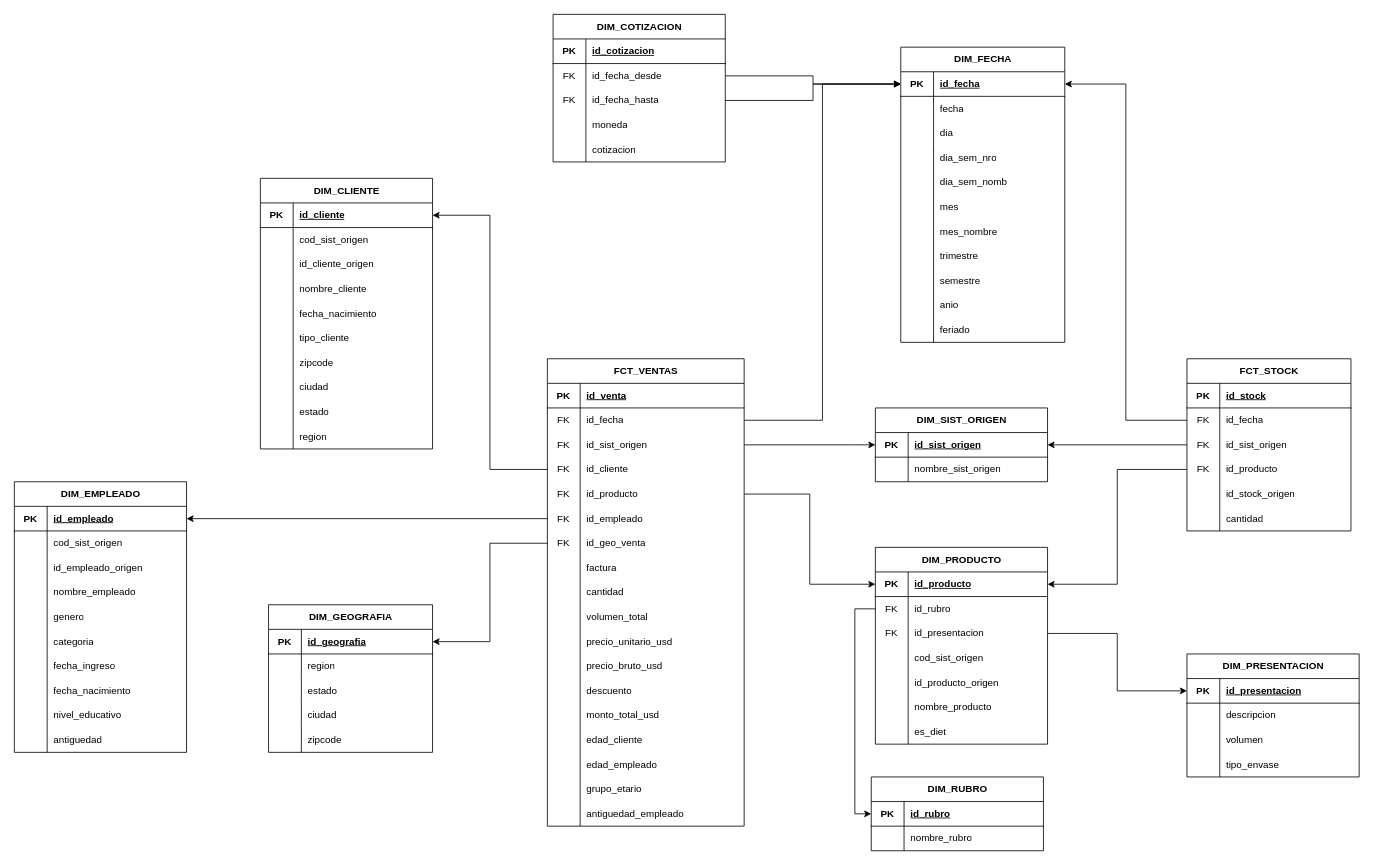
Before: TP/TP_BD2_estrella.drawio in Ftedp/BBDD2-TUIA, a draw.io diagram. Source tidied: cells renumbered, new cells numbered last; positions are measured from the earlier drawing's top-left corner, leaving out a move shared by most shapes. Both pictures are drawn from the tidied source at 82%, with x=0, y=0 at pixel (14, 14).
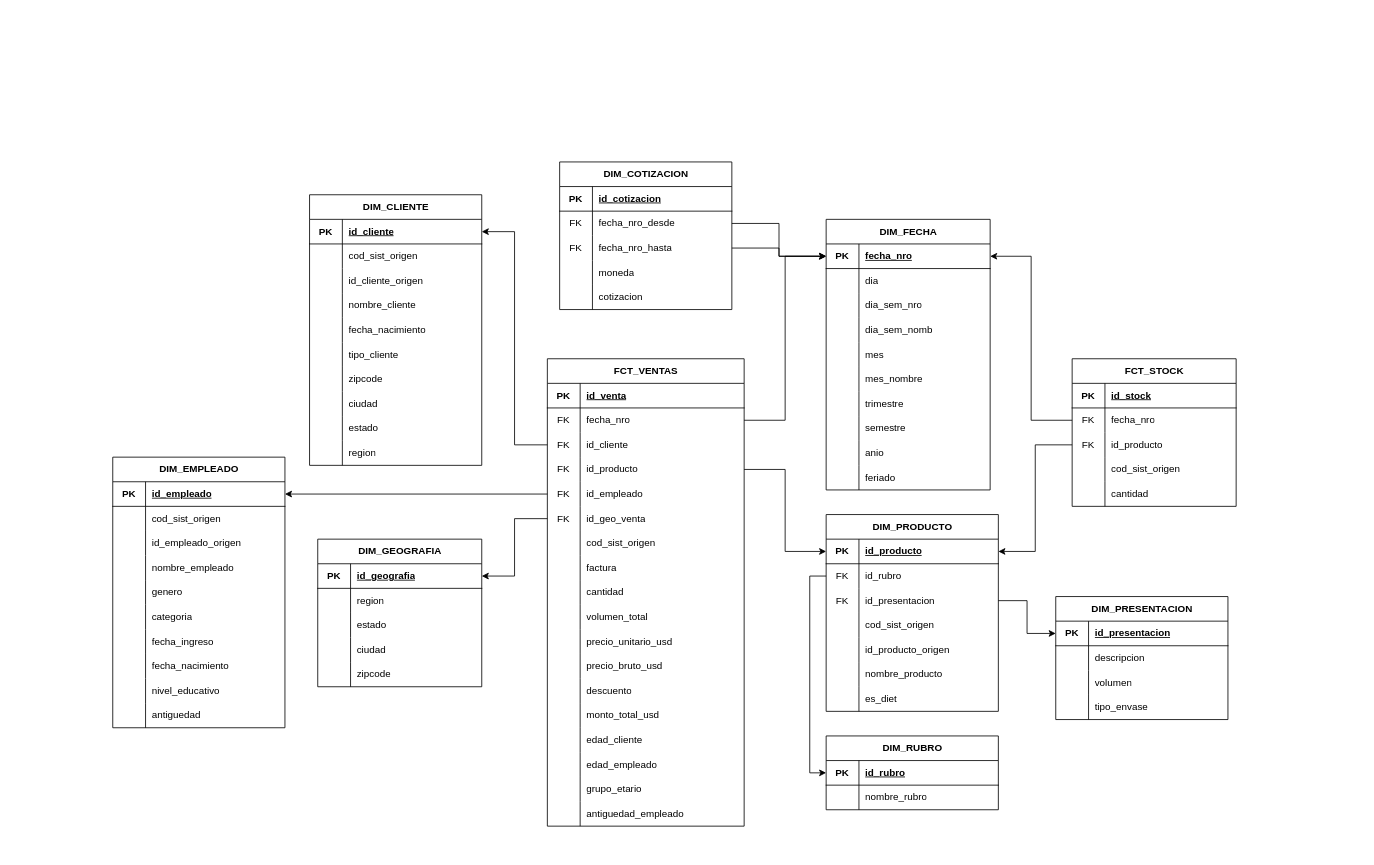
Above is the later version.

The change refers to these unchanged cells:
```xml
<mxCell id="3" style="shape=tableRow;horizontal=0;startSize=0;swimlaneHead=0;swimlaneBody=0;fillColor=none;points=[[0,0.5],[1,0.5]];portConstraint=eastwest;top=0;left=0;right=0;bottom=1;" parent="2" vertex="1">
  <mxGeometry y="30" width="200" height="30" as="geometry" />
</mxCell>
<mxCell id="136" value="FCT_VENTAS" style="shape=table;startSize=30;childLayout=tableLayout;rowLines=0;fontStyle=1;align=center;html=1;" parent="1" vertex="1">
  <mxGeometry x="650" y="420" width="240" height="570" as="geometry" />
</mxCell>
<mxCell id="140" style="shape=tableRow;horizontal=0;startSize=0;swimlaneHead=0;swimlaneBody=0;fillColor=none;points=[[0,0.5],[1,0.5]];portConstraint=eastwest;top=0;left=0;right=0;bottom=0;" parent="136" vertex="1">
  <mxGeometry y="60" width="240" height="30" as="geometry" />
</mxCell>
<mxCell id="195" style="shape=tableRow;horizontal=0;startSize=0;swimlaneHead=0;swimlaneBody=0;fillColor=none;points=[[0,0.5],[1,0.5]];portConstraint=eastwest;top=0;left=0;right=0;bottom=0;" parent="191" vertex="1">
  <mxGeometry y="60" width="200" height="30" as="geometry" />
</mxCell>
<mxCell id="230" style="shape=tableRow;horizontal=0;startSize=0;swimlaneHead=0;swimlaneBody=0;fillColor=none;points=[[0,0.5],[1,0.5]];portConstraint=eastwest;top=0;left=0;right=0;bottom=0;" parent="226" vertex="1">
  <mxGeometry y="60" width="210" height="30" as="geometry" />
</mxCell>
<mxCell id="233" style="shape=tableRow;horizontal=0;startSize=0;swimlaneHead=0;swimlaneBody=0;fillColor=none;points=[[0,0.5],[1,0.5]];portConstraint=eastwest;top=0;left=0;right=0;bottom=0;" parent="226" vertex="1">
  <mxGeometry y="90" width="210" height="30" as="geometry" />
</mxCell>
```

Diff of the diagram source:
```diff
@@
     <mxCell id="2" value="DIM_FECHA" style="shape=table;startSize=30;childLayout=tableLayout;rowLines=0;fontStyle=1;align=center;html=1;" parent="1" vertex="1">
-      <mxGeometry x="1081" y="40" width="200" height="360" as="geometry" />
+      <mxGeometry x="990" y="250" width="200" height="330" as="geometry" />
     </mxCell>
@@
-    <mxCell id="5" value="id_fecha" style="shape=partialRectangle;fillColor=none;top=0;left=0;bottom=0;right=0;align=left;spacingLeft=6;fontStyle=5;overflow=hidden;whiteSpace=wrap;html=1;" parent="3" vertex="1">
+    <mxCell id="5" value="fecha_nro" style="shape=partialRectangle;fillColor=none;top=0;left=0;bottom=0;right=0;align=left;spacingLeft=6;fontStyle=5;overflow=hidden;whiteSpace=wrap;html=1;" parent="3" vertex="1">
       <mxGeometry x="40" width="160" height="30" as="geometry" />
     </mxCell>
-    <mxCell id="6" style="shape=tableRow;horizontal=0;startSize=0;swimlaneHead=0;swimlaneBody=0;fillColor=none;top=0;left=0;right=0;bottom=0;" parent="2" vertex="1">
-      <mxGeometry y="60" width="200" height="30" as="geometry" />
-    </mxCell>
-    <mxCell id="7" style="shape=partialRectangle;fillColor=none;top=0;left=0;bottom=0;right=0;overflow=hidden;whiteSpace=wrap;html=1;" parent="6" vertex="1">
-      <mxGeometry width="40" height="30" as="geometry" />
-    </mxCell>
-    <mxCell id="8" value="fecha" style="shape=partialRectangle;fillColor=none;top=0;left=0;bottom=0;right=0;align=left;spacingLeft=6;overflow=hidden;whiteSpace=wrap;html=1;" parent="6" vertex="1">
-      <mxGeometry x="40" width="160" height="30" as="geometry" />
-    </mxCell>
     <mxCell id="9" style="shape=tableRow;horizontal=0;startSize=0;swimlaneHead=0;swimlaneBody=0;fillColor=none;top=0;left=0;right=0;bottom=0;" parent="2" vertex="1">
-      <mxGeometry y="90" width="200" height="30" as="geometry" />
+      <mxGeometry y="60" width="200" height="30" as="geometry" />
     </mxCell>
@@
     <mxCell id="12" style="shape=tableRow;horizontal=0;startSize=0;swimlaneHead=0;swimlaneBody=0;fillColor=none;top=0;left=0;right=0;bottom=0;" parent="2" vertex="1">
-      <mxGeometry y="120" width="200" height="30" as="geometry" />
+      <mxGeometry y="90" width="200" height="30" as="geometry" />
     </mxCell>
@@
     <mxCell id="15" style="shape=tableRow;horizontal=0;startSize=0;swimlaneHead=0;swimlaneBody=0;fillColor=none;top=0;left=0;right=0;bottom=0;" parent="2" vertex="1">
-      <mxGeometry y="150" width="200" height="30" as="geometry" />
+      <mxGeometry y="120" width="200" height="30" as="geometry" />
     </mxCell>
@@
     <mxCell id="18" style="shape=tableRow;horizontal=0;startSize=0;swimlaneHead=0;swimlaneBody=0;fillColor=none;top=0;left=0;right=0;bottom=0;" parent="2" vertex="1">
-      <mxGeometry y="180" width="200" height="30" as="geometry" />
+      <mxGeometry y="150" width="200" height="30" as="geometry" />
     </mxCell>
@@
     <mxCell id="21" style="shape=tableRow;horizontal=0;startSize=0;swimlaneHead=0;swimlaneBody=0;fillColor=none;top=0;left=0;right=0;bottom=0;" parent="2" vertex="1">
-      <mxGeometry y="210" width="200" height="30" as="geometry" />
+      <mxGeometry y="180" width="200" height="30" as="geometry" />
     </mxCell>
@@
     <mxCell id="24" style="shape=tableRow;horizontal=0;startSize=0;swimlaneHead=0;swimlaneBody=0;fillColor=none;top=0;left=0;right=0;bottom=0;" parent="2" vertex="1">
-      <mxGeometry y="240" width="200" height="30" as="geometry" />
+      <mxGeometry y="210" width="200" height="30" as="geometry" />
     </mxCell>
@@
     <mxCell id="27" style="shape=tableRow;horizontal=0;startSize=0;swimlaneHead=0;swimlaneBody=0;fillColor=none;top=0;left=0;right=0;bottom=0;" parent="2" vertex="1">
-      <mxGeometry y="270" width="200" height="30" as="geometry" />
+      <mxGeometry y="240" width="200" height="30" as="geometry" />
     </mxCell>
@@
     <mxCell id="30" style="shape=tableRow;horizontal=0;startSize=0;swimlaneHead=0;swimlaneBody=0;fillColor=none;top=0;left=0;right=0;bottom=0;" parent="2" vertex="1">
-      <mxGeometry y="300" width="200" height="30" as="geometry" />
+      <mxGeometry y="270" width="200" height="30" as="geometry" />
     </mxCell>
@@
     <mxCell id="33" style="shape=tableRow;horizontal=0;startSize=0;swimlaneHead=0;swimlaneBody=0;fillColor=none;top=0;left=0;right=0;bottom=0;" parent="2" vertex="1">
-      <mxGeometry y="330" width="200" height="30" as="geometry" />
+      <mxGeometry y="300" width="200" height="30" as="geometry" />
     </mxCell>
@@
     <mxCell id="36" value="DIM_CLIENTE" style="shape=table;startSize=30;childLayout=tableLayout;rowLines=0;fontStyle=1;align=center;html=1;" parent="1" vertex="1">
-      <mxGeometry x="300" y="200" width="210" height="330" as="geometry" />
+      <mxGeometry x="360" y="220" width="210" height="330" as="geometry" />
     </mxCell>
@@
     <mxCell id="67" value="DIM_GEOGRAFIA" style="shape=table;startSize=30;childLayout=tableLayout;rowLines=0;fontStyle=1;align=center;html=1;" parent="1" vertex="1">
-      <mxGeometry x="310" y="720" width="200" height="180" as="geometry" />
+      <mxGeometry x="370" y="640" width="200" height="180" as="geometry" />
     </mxCell>
@@
     <mxCell id="83" value="DIM_PRODUCTO" style="shape=table;startSize=30;childLayout=tableLayout;rowLines=0;fontStyle=1;align=center;html=1;" parent="1" vertex="1">
-      <mxGeometry x="1050" y="650" width="210" height="240" as="geometry" />
+      <mxGeometry x="990" y="610" width="210" height="240" as="geometry" />
     </mxCell>
@@
     <mxCell id="105" value="DIM_EMPLEADO" style="shape=table;startSize=30;childLayout=tableLayout;rowLines=0;fontStyle=1;align=center;html=1;" parent="1" vertex="1">
-      <mxGeometry y="570" width="210" height="330" as="geometry" />
+      <mxGeometry x="120" y="540" width="210" height="330" as="geometry" />
     </mxCell>
@@
-    <mxCell id="142" value="id_fecha" style="shape=partialRectangle;fillColor=none;top=0;left=0;bottom=0;right=0;align=left;spacingLeft=6;overflow=hidden;whiteSpace=wrap;html=1;" parent="140" vertex="1">
+    <mxCell id="142" value="fecha_nro" style="shape=partialRectangle;fillColor=none;top=0;left=0;bottom=0;right=0;align=left;spacingLeft=6;overflow=hidden;whiteSpace=wrap;html=1;" parent="140" vertex="1">
       <mxGeometry x="40" width="200" height="30" as="geometry" />
     </mxCell>
-    <mxCell id="143" style="shape=tableRow;horizontal=0;startSize=0;swimlaneHead=0;swimlaneBody=0;fillColor=none;points=[[0,0.5],[1,0.5]];portConstraint=eastwest;top=0;left=0;right=0;bottom=0;" parent="136" vertex="1">
-      <mxGeometry y="90" width="240" height="30" as="geometry" />
-    </mxCell>
-    <mxCell id="144" value="&lt;div&gt;FK&lt;/div&gt;" style="shape=partialRectangle;fillColor=none;top=0;left=0;bottom=0;right=0;overflow=hidden;whiteSpace=wrap;html=1;" parent="143" vertex="1">
-      <mxGeometry width="40" height="30" as="geometry" />
-    </mxCell>
-    <mxCell id="145" value="id_sist_origen" style="shape=partialRectangle;fillColor=none;top=0;left=0;bottom=0;right=0;align=left;spacingLeft=6;overflow=hidden;whiteSpace=wrap;html=1;" parent="143" vertex="1">
-      <mxGeometry x="40" width="200" height="30" as="geometry" />
-    </mxCell>
     <mxCell id="146" style="shape=tableRow;horizontal=0;startSize=0;swimlaneHead=0;swimlaneBody=0;fillColor=none;points=[[0,0.5],[1,0.5]];portConstraint=eastwest;top=0;left=0;right=0;bottom=0;" parent="136" vertex="1">
-      <mxGeometry y="120" width="240" height="30" as="geometry" />
+      <mxGeometry y="90" width="240" height="30" as="geometry" />
     </mxCell>
@@
     <mxCell id="149" style="shape=tableRow;horizontal=0;startSize=0;swimlaneHead=0;swimlaneBody=0;fillColor=none;points=[[0,0.5],[1,0.5]];portConstraint=eastwest;top=0;left=0;right=0;bottom=0;" parent="136" vertex="1">
-      <mxGeometry y="150" width="240" height="30" as="geometry" />
+      <mxGeometry y="120" width="240" height="30" as="geometry" />
     </mxCell>
@@
     <mxCell id="152" style="shape=tableRow;horizontal=0;startSize=0;swimlaneHead=0;swimlaneBody=0;fillColor=none;points=[[0,0.5],[1,0.5]];portConstraint=eastwest;top=0;left=0;right=0;bottom=0;" parent="136" vertex="1">
-      <mxGeometry y="180" width="240" height="30" as="geometry" />
+      <mxGeometry y="150" width="240" height="30" as="geometry" />
     </mxCell>
@@
     <mxCell id="155" style="shape=tableRow;horizontal=0;startSize=0;swimlaneHead=0;swimlaneBody=0;fillColor=none;points=[[0,0.5],[1,0.5]];portConstraint=eastwest;top=0;left=0;right=0;bottom=0;" parent="136" vertex="1">
-      <mxGeometry y="210" width="240" height="30" as="geometry" />
+      <mxGeometry y="180" width="240" height="30" as="geometry" />
     </mxCell>
@@
     <mxCell id="158" style="shape=tableRow;horizontal=0;startSize=0;swimlaneHead=0;swimlaneBody=0;fillColor=none;top=0;left=0;right=0;bottom=0;" parent="136" vertex="1">
-      <mxGeometry y="240" width="240" height="30" as="geometry" />
+      <mxGeometry y="210" width="240" height="30" as="geometry" />
     </mxCell>
@@
-    <mxCell id="160" value="factura" style="shape=partialRectangle;fillColor=none;top=0;left=0;bottom=0;right=0;align=left;spacingLeft=6;overflow=hidden;whiteSpace=wrap;html=1;" parent="158" vertex="1">
+    <mxCell id="160" value="cod_sist_origen" style="shape=partialRectangle;fillColor=none;top=0;left=0;bottom=0;right=0;align=left;spacingLeft=6;overflow=hidden;whiteSpace=wrap;html=1;" parent="158" vertex="1">
       <mxGeometry x="40" width="200" height="30" as="geometry" />
     </mxCell>
+    <mxCell id="266" style="shape=tableRow;horizontal=0;startSize=0;swimlaneHead=0;swimlaneBody=0;fillColor=none;top=0;left=0;right=0;bottom=0;" parent="136" vertex="1">
+      <mxGeometry y="240" width="240" height="30" as="geometry" />
+    </mxCell>
+    <mxCell id="267" style="shape=partialRectangle;fillColor=none;top=0;left=0;bottom=0;right=0;overflow=hidden;whiteSpace=wrap;html=1;" parent="266" vertex="1">
+      <mxGeometry width="40" height="30" as="geometry" />
+    </mxCell>
+    <mxCell id="268" value="factura" style="shape=partialRectangle;fillColor=none;top=0;left=0;bottom=0;right=0;align=left;spacingLeft=6;overflow=hidden;whiteSpace=wrap;html=1;" parent="266" vertex="1">
+      <mxGeometry x="40" width="200" height="30" as="geometry" />
+    </mxCell>
@@
     <mxCell id="191" value="FCT_STOCK" style="shape=table;startSize=30;childLayout=tableLayout;rowLines=0;fontStyle=1;align=center;html=1;" parent="1" vertex="1">
-      <mxGeometry x="1430" y="420" width="200" height="210" as="geometry" />
+      <mxGeometry x="1290" y="420" width="200" height="180" as="geometry" />
     </mxCell>
@@
-    <mxCell id="197" value="id_fecha" style="shape=partialRectangle;fillColor=none;top=0;left=0;bottom=0;right=0;align=left;spacingLeft=6;overflow=hidden;whiteSpace=wrap;html=1;" parent="195" vertex="1">
+    <mxCell id="197" value="fecha_nro" style="shape=partialRectangle;fillColor=none;top=0;left=0;bottom=0;right=0;align=left;spacingLeft=6;overflow=hidden;whiteSpace=wrap;html=1;" parent="195" vertex="1">
       <mxGeometry x="40" width="160" height="30" as="geometry" />
     </mxCell>
-    <mxCell id="198" style="shape=tableRow;horizontal=0;startSize=0;swimlaneHead=0;swimlaneBody=0;fillColor=none;points=[[0,0.5],[1,0.5]];portConstraint=eastwest;top=0;left=0;right=0;bottom=0;" parent="191" vertex="1">
-      <mxGeometry y="90" width="200" height="30" as="geometry" />
-    </mxCell>
-    <mxCell id="199" value="FK" style="shape=partialRectangle;fillColor=none;top=0;left=0;bottom=0;right=0;overflow=hidden;whiteSpace=wrap;html=1;" parent="198" vertex="1">
-      <mxGeometry width="40" height="30" as="geometry" />
-    </mxCell>
-    <mxCell id="200" value="id_sist_origen" style="shape=partialRectangle;fillColor=none;top=0;left=0;bottom=0;right=0;align=left;spacingLeft=6;overflow=hidden;whiteSpace=wrap;html=1;" parent="198" vertex="1">
-      <mxGeometry x="40" width="160" height="30" as="geometry" />
-    </mxCell>
     <mxCell id="201" style="shape=tableRow;horizontal=0;startSize=0;swimlaneHead=0;swimlaneBody=0;fillColor=none;points=[[0,0.5],[1,0.5]];portConstraint=eastwest;top=0;left=0;right=0;bottom=0;" parent="191" vertex="1">
-      <mxGeometry y="120" width="200" height="30" as="geometry" />
+      <mxGeometry y="90" width="200" height="30" as="geometry" />
     </mxCell>
@@
-    <mxCell id="204" style="shape=tableRow;horizontal=0;startSize=0;swimlaneHead=0;swimlaneBody=0;fillColor=none;top=0;left=0;right=0;bottom=0;" parent="191" vertex="1">
-      <mxGeometry y="150" width="200" height="30" as="geometry" />
-    </mxCell>
-    <mxCell id="205" style="shape=partialRectangle;fillColor=none;top=0;left=0;bottom=0;right=0;overflow=hidden;whiteSpace=wrap;html=1;" parent="204" vertex="1">
-      <mxGeometry width="40" height="30" as="geometry" />
-    </mxCell>
-    <mxCell id="206" value="id_stock_origen" style="shape=partialRectangle;fillColor=none;top=0;left=0;bottom=0;right=0;align=left;spacingLeft=6;overflow=hidden;whiteSpace=wrap;html=1;" parent="204" vertex="1">
-      <mxGeometry x="40" width="160" height="30" as="geometry" />
-    </mxCell>
+    <mxCell id="269" style="shape=tableRow;horizontal=0;startSize=0;swimlaneHead=0;swimlaneBody=0;fillColor=none;top=0;left=0;right=0;bottom=0;" parent="191" vertex="1">
+      <mxGeometry y="120" width="200" height="30" as="geometry" />
+    </mxCell>
+    <mxCell id="270" style="shape=partialRectangle;fillColor=none;top=0;left=0;bottom=0;right=0;overflow=hidden;whiteSpace=wrap;html=1;" parent="269" vertex="1">
+      <mxGeometry width="40" height="30" as="geometry" />
+    </mxCell>
+    <mxCell id="271" value="cod_sist_origen" style="shape=partialRectangle;fillColor=none;top=0;left=0;bottom=0;right=0;align=left;spacingLeft=6;overflow=hidden;whiteSpace=wrap;html=1;" parent="269" vertex="1">
+      <mxGeometry x="40" width="160" height="30" as="geometry" />
+    </mxCell>
     <mxCell id="207" style="shape=tableRow;horizontal=0;startSize=0;swimlaneHead=0;swimlaneBody=0;fillColor=none;top=0;left=0;right=0;bottom=0;" parent="191" vertex="1">
-      <mxGeometry y="180" width="200" height="30" as="geometry" />
+      <mxGeometry y="150" width="200" height="30" as="geometry" />
     </mxCell>
@@
-    <mxCell id="217" value="DIM_SIST_ORIGEN" style="shape=table;startSize=30;childLayout=tableLayout;rowLines=0;fontStyle=1;align=center;html=1;" parent="1" vertex="1">
-      <mxGeometry x="1050" y="480" width="210" height="90" as="geometry" />
-    </mxCell>
-    <mxCell id="218" style="shape=tableRow;horizontal=0;startSize=0;swimlaneHead=0;swimlaneBody=0;fillColor=none;points=[[0,0.5],[1,0.5]];portConstraint=eastwest;top=0;left=0;right=0;bottom=1;" parent="217" vertex="1">
-      <mxGeometry y="30" width="210" height="30" as="geometry" />
-    </mxCell>
-    <mxCell id="219" value="PK" style="shape=partialRectangle;fillColor=none;top=0;left=0;bottom=0;right=0;fontStyle=1;overflow=hidden;whiteSpace=wrap;html=1;" parent="218" vertex="1">
-      <mxGeometry width="40" height="30" as="geometry" />
-    </mxCell>
-    <mxCell id="220" value="id_sist_origen" style="shape=partialRectangle;fillColor=none;top=0;left=0;bottom=0;right=0;align=left;spacingLeft=6;fontStyle=5;overflow=hidden;whiteSpace=wrap;html=1;" parent="218" vertex="1">
-      <mxGeometry x="40" width="170" height="30" as="geometry" />
-    </mxCell>
-    <mxCell id="221" style="shape=tableRow;horizontal=0;startSize=0;swimlaneHead=0;swimlaneBody=0;fillColor=none;top=0;left=0;right=0;bottom=0;" parent="217" vertex="1">
-      <mxGeometry y="60" width="210" height="30" as="geometry" />
-    </mxCell>
-    <mxCell id="222" style="shape=partialRectangle;fillColor=none;top=0;left=0;bottom=0;right=0;overflow=hidden;whiteSpace=wrap;html=1;" parent="221" vertex="1">
-      <mxGeometry width="40" height="30" as="geometry" />
-    </mxCell>
-    <mxCell id="223" value="nombre_sist_origen" style="shape=partialRectangle;fillColor=none;top=0;left=0;bottom=0;right=0;align=left;spacingLeft=6;overflow=hidden;whiteSpace=wrap;html=1;" parent="221" vertex="1">
-      <mxGeometry x="40" width="170" height="30" as="geometry" />
-    </mxCell>
-    <mxCell id="224" style="edgeStyle=orthogonalEdgeStyle;rounded=0;jettySize=auto;html=1;exitX=1;exitY=0.5;exitDx=0;exitDy=0;entryX=0;entryY=0.5;entryDx=0;entryDy=0;" parent="1" edge="1" source="143" target="218">
-      <mxGeometry relative="1" as="geometry">
-        <Array as="points">
-          <mxPoint x="1020" y="525" />
-          <mxPoint x="1020" y="525" />
-        </Array>
-      </mxGeometry>
-    </mxCell>
-    <mxCell id="225" style="edgeStyle=orthogonalEdgeStyle;rounded=0;jettySize=auto;html=1;exitX=0;exitY=0.5;exitDx=0;exitDy=0;entryX=1;entryY=0.5;entryDx=0;entryDy=0;" parent="1" edge="1" source="198" target="218">
-      <mxGeometry relative="1" as="geometry" />
-    </mxCell>
     <mxCell id="226" value="DIM_COTIZACION" style="shape=table;startSize=30;childLayout=tableLayout;rowLines=0;fontStyle=1;align=center;html=1;" parent="1" vertex="1">
-      <mxGeometry x="657" width="210" height="180" as="geometry" />
+      <mxGeometry x="665" y="180" width="210" height="180" as="geometry" />
     </mxCell>
@@
-    <mxCell id="232" value="id_fecha_desde" style="shape=partialRectangle;fillColor=none;top=0;left=0;bottom=0;right=0;align=left;spacingLeft=6;overflow=hidden;whiteSpace=wrap;html=1;" parent="230" vertex="1">
+    <mxCell id="232" value="fecha_nro_desde" style="shape=partialRectangle;fillColor=none;top=0;left=0;bottom=0;right=0;align=left;spacingLeft=6;overflow=hidden;whiteSpace=wrap;html=1;" parent="230" vertex="1">
       <mxGeometry x="40" width="170" height="30" as="geometry" />
     </mxCell>
@@
-    <mxCell id="235" value="id_fecha_hasta" style="shape=partialRectangle;fillColor=none;top=0;left=0;bottom=0;right=0;align=left;spacingLeft=6;overflow=hidden;whiteSpace=wrap;html=1;" parent="233" vertex="1">
+    <mxCell id="235" value="fecha_nro_hasta" style="shape=partialRectangle;fillColor=none;top=0;left=0;bottom=0;right=0;align=left;spacingLeft=6;overflow=hidden;whiteSpace=wrap;html=1;" parent="233" vertex="1">
       <mxGeometry x="40" width="170" height="30" as="geometry" />
     </mxCell>
@@
     <mxCell id="242" value="DIM_RUBRO" style="shape=table;startSize=30;childLayout=tableLayout;rowLines=0;fontStyle=1;align=center;html=1;" parent="1" vertex="1">
-      <mxGeometry x="1045" y="930" width="210" height="90" as="geometry" />
+      <mxGeometry x="990" y="880" width="210" height="90" as="geometry" />
     </mxCell>
@@
     <mxCell id="249" value="DIM_PRESENTACION" style="shape=table;startSize=30;childLayout=tableLayout;rowLines=0;fontStyle=1;align=center;html=1;" parent="1" vertex="1">
-      <mxGeometry x="1430" y="780" width="210" height="150" as="geometry" />
+      <mxGeometry x="1270" y="710" width="210" height="150" as="geometry" />
     </mxCell>
```
